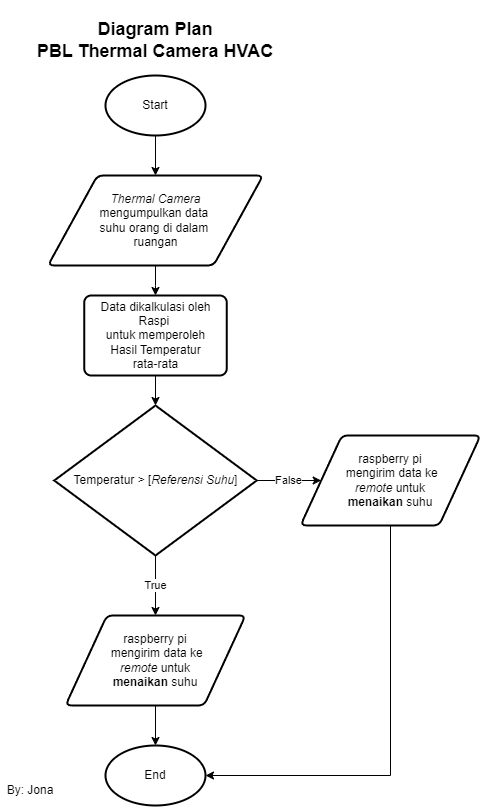
Before: doc/img/flowchart.png, a diagram exported from draw.io (robotjaol/thermal_cam_HVAC). Source tidied: cells renumbered, new cells last; positions are measured from the earlier drawing's top-left corner, leaving out a move shared by most shapes. The source it was exported from:
```xml
<mxGraphModel>
  <root>
    <mxCell id="0" />
    <mxCell id="1" parent="0" />
    <mxCell id="2" style="edgeStyle=orthogonalEdgeStyle;rounded=0;jettySize=auto;html=1;" parent="1" edge="1" source="3" target="5">
      <mxGeometry relative="1" as="geometry" />
    </mxCell>
    <mxCell id="3" value="Start" style="strokeWidth=2;html=1;shape=mxgraph.flowchart.start_1;whiteSpace=wrap;" parent="1" vertex="1">
      <mxGeometry x="105" y="75" width="100" height="60" as="geometry" />
    </mxCell>
    <mxCell id="4" style="edgeStyle=orthogonalEdgeStyle;rounded=0;jettySize=auto;html=1;" parent="1" edge="1" source="5" target="7">
      <mxGeometry relative="1" as="geometry" />
    </mxCell>
    <mxCell id="5" value="&lt;i&gt;Thermal Camera&lt;/i&gt;&lt;div&gt;mengumpulkan data&amp;nbsp;&lt;/div&gt;&lt;div&gt;suhu orang di dalam&amp;nbsp;&lt;/div&gt;&lt;div&gt;ruangan&lt;/div&gt;" style="shape=parallelogram;html=1;strokeWidth=2;perimeter=parallelogramPerimeter;whiteSpace=wrap;rounded=1;arcSize=12;size=0.23;" parent="1" vertex="1">
      <mxGeometry x="47.5" y="175" width="215" height="90" as="geometry" />
    </mxCell>
    <mxCell id="6" style="edgeStyle=orthogonalEdgeStyle;rounded=0;jettySize=auto;html=1;" parent="1" edge="1" source="7" target="10">
      <mxGeometry relative="1" as="geometry" />
    </mxCell>
    <mxCell id="7" value="Data dikalkulasi oleh Raspi&amp;nbsp;&lt;div&gt;untuk memperoleh&lt;/div&gt;&lt;div&gt;Hasil Temperatur&lt;/div&gt;&lt;div&gt;rata-rata&lt;/div&gt;" style="rounded=1;whiteSpace=wrap;html=1;absoluteArcSize=1;arcSize=14;strokeWidth=2;" parent="1" vertex="1">
      <mxGeometry x="83.8" y="295" width="142.5" height="80" as="geometry" />
    </mxCell>
    <mxCell id="8" value="True" style="edgeStyle=orthogonalEdgeStyle;rounded=0;jettySize=auto;html=1;" parent="1" edge="1" source="10" target="12">
      <mxGeometry relative="1" as="geometry" />
    </mxCell>
    <mxCell id="9" value="False" style="edgeStyle=orthogonalEdgeStyle;rounded=0;jettySize=auto;html=1;" parent="1" edge="1" source="10" target="13">
      <mxGeometry relative="1" as="geometry" />
    </mxCell>
    <mxCell id="10" value="Temperatur &amp;gt; [&lt;i&gt;Referensi Suhu&lt;/i&gt;]" style="strokeWidth=2;html=1;shape=mxgraph.flowchart.decision;whiteSpace=wrap;" parent="1" vertex="1">
      <mxGeometry x="53.8" y="405" width="202.5" height="150" as="geometry" />
    </mxCell>
    <mxCell id="11" style="edgeStyle=orthogonalEdgeStyle;rounded=0;jettySize=auto;html=1;" parent="1" edge="1" source="12" target="14">
      <mxGeometry relative="1" as="geometry" />
    </mxCell>
    <mxCell id="12" value="&lt;div&gt;raspberry pi&lt;/div&gt;&amp;nbsp;mengirim data ke&lt;div&gt;&lt;i&gt;remote &lt;/i&gt;untuk&lt;/div&gt;&lt;div&gt;&lt;b&gt;menaikan&lt;/b&gt; suhu&lt;/div&gt;" style="shape=parallelogram;html=1;strokeWidth=2;perimeter=parallelogramPerimeter;whiteSpace=wrap;rounded=1;arcSize=12;size=0.23;" parent="1" vertex="1">
      <mxGeometry x="65" y="615" width="180" height="90" as="geometry" />
    </mxCell>
    <mxCell id="13" value="&lt;div&gt;raspberry pi&lt;/div&gt;&amp;nbsp;mengirim data ke&lt;div&gt;&lt;i&gt;remote &lt;/i&gt;untuk&lt;/div&gt;&lt;div&gt;&lt;b&gt;menaikan&lt;/b&gt; suhu&lt;/div&gt;" style="shape=parallelogram;html=1;strokeWidth=2;perimeter=parallelogramPerimeter;whiteSpace=wrap;rounded=1;arcSize=12;size=0.23;" parent="1" vertex="1">
      <mxGeometry x="300" y="435" width="180" height="90" as="geometry" />
    </mxCell>
    <mxCell id="14" value="End" style="strokeWidth=2;html=1;shape=mxgraph.flowchart.start_1;whiteSpace=wrap;" parent="1" vertex="1">
      <mxGeometry x="105" y="745" width="100" height="60" as="geometry" />
    </mxCell>
    <mxCell id="15" style="edgeStyle=orthogonalEdgeStyle;rounded=0;jettySize=auto;html=1;exitX=0.5;exitY=1;exitDx=0;exitDy=0;entryX=1;entryY=0.5;entryDx=0;entryDy=0;entryPerimeter=0;" parent="1" edge="1" source="13" target="14">
      <mxGeometry relative="1" as="geometry" />
    </mxCell>
    <mxCell id="16" value="&lt;div&gt;&lt;span style=&quot;font-size: 18px;&quot;&gt;&lt;b&gt;Diagram Plan&lt;/b&gt;&lt;/span&gt;&lt;/div&gt;&lt;b&gt;&lt;font style=&quot;font-size: 18px;&quot;&gt;PBL Thermal Camera HVAC&lt;/font&gt;&lt;/b&gt;" style="text;html=1;align=center;verticalAlign=middle;whiteSpace=wrap;rounded=0;" parent="1" vertex="1">
      <mxGeometry x="30" width="250" height="80" as="geometry" />
    </mxCell>
    <mxCell id="17" value="By: Jona" style="text;html=1;align=center;verticalAlign=middle;whiteSpace=wrap;rounded=0;" parent="1" vertex="1">
      <mxGeometry y="775" width="60" height="30" as="geometry" />
    </mxCell>
  </root>
</mxGraphModel>
```
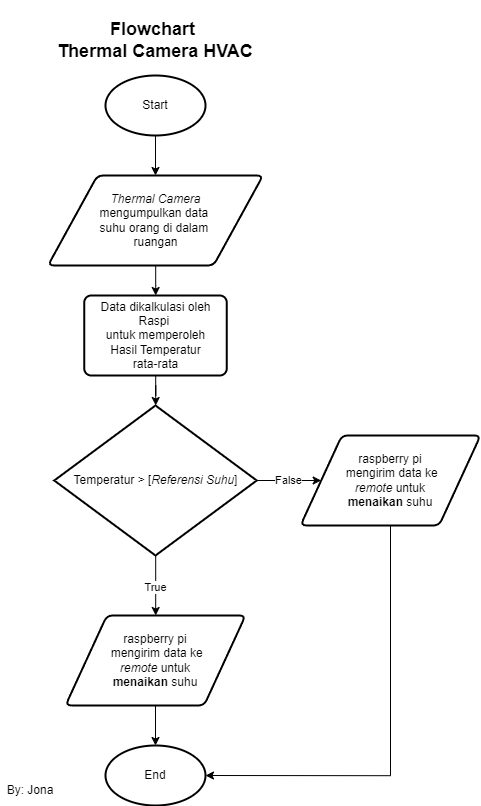
After the commit.

Diff of the diagram source:
```diff
@@ -44,7 +44,7 @@
     <mxCell id="15" style="edgeStyle=orthogonalEdgeStyle;rounded=0;jettySize=auto;html=1;exitX=0.5;exitY=1;exitDx=0;exitDy=0;entryX=1;entryY=0.5;entryDx=0;entryDy=0;entryPerimeter=0;" parent="1" edge="1" source="13" target="14">
       <mxGeometry relative="1" as="geometry" />
     </mxCell>
-    <mxCell id="16" value="&lt;div&gt;&lt;span style=&quot;font-size: 18px;&quot;&gt;&lt;b&gt;Diagram Plan&lt;/b&gt;&lt;/span&gt;&lt;/div&gt;&lt;b&gt;&lt;font style=&quot;font-size: 18px;&quot;&gt;PBL Thermal Camera HVAC&lt;/font&gt;&lt;/b&gt;" style="text;html=1;align=center;verticalAlign=middle;whiteSpace=wrap;rounded=0;" parent="1" vertex="1">
+    <mxCell id="16" value="&lt;span style=&quot;font-size: 18px;&quot;&gt;&lt;b&gt;Flowchart&amp;nbsp;&lt;/b&gt;&lt;/span&gt;&lt;div&gt;&lt;span style=&quot;font-size: 18px;&quot;&gt;&lt;b&gt;Thermal Camera HVAC&lt;/b&gt;&lt;/span&gt;&lt;/div&gt;" style="text;html=1;align=center;verticalAlign=middle;whiteSpace=wrap;rounded=0;" parent="1" vertex="1">
       <mxGeometry x="30" width="250" height="80" as="geometry" />
     </mxCell>
     <mxCell id="17" value="By: Jona" style="text;html=1;align=center;verticalAlign=middle;whiteSpace=wrap;rounded=0;" parent="1" vertex="1">
```
